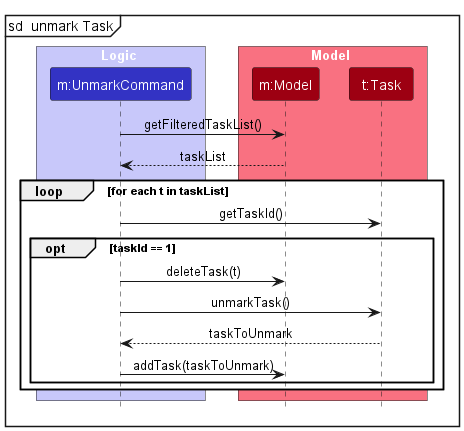
Before: docs/images/UnmarkRefDiagram.png, a diagram exported from PlantUML (azumieflare/tp). The source it was exported from:
```plantuml
@startuml
!include style.puml
skinparam ArrowFontStyle plain

mainframe sd  unmark Task
box Logic LOGIC_COLOR_T1
participant "m:UnmarkCommand" as UnmarkCommand LOGIC_COLOR
end box

box Model MODEL_COLOR_T1
participant "m:Model" as Model MODEL_COLOR
participant "t:Task" as Task MODEL_COLOR
end box

UnmarkCommand -> Model : getFilteredTaskList()
Model --> UnmarkCommand : taskList

loop for each t in taskList
    UnmarkCommand -> Task: getTaskId()
    opt taskId == 1
        UnmarkCommand -> Model : deleteTask(t)
        UnmarkCommand -> Task : unmarkTask()
        Task --> UnmarkCommand : taskToUnmark
        UnmarkCommand -> Model : addTask(taskToUnmark)
    end
end
@enduml
```
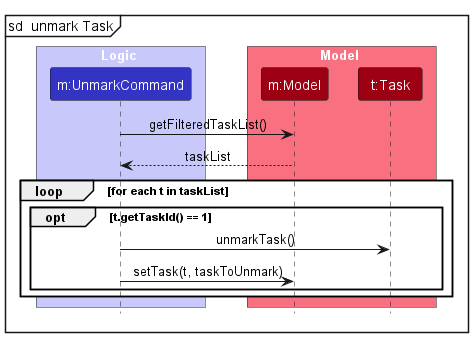
The same file after the commit.

Commit message:
Change mark/unmark diagram

Change to the diagram source:
```diff
@@ -16,12 +16,10 @@
 Model --> UnmarkCommand : taskList
 
 loop for each t in taskList
-    UnmarkCommand -> Task: getTaskId()
-    opt taskId == 1
-        UnmarkCommand -> Model : deleteTask(t)
+    opt t.getTaskId() == 1
         UnmarkCommand -> Task : unmarkTask()
-        Task --> UnmarkCommand : taskToUnmark
-        UnmarkCommand -> Model : addTask(taskToUnmark)
+        UnmarkCommand -> Model : setTask(t, taskToUnmark)
+
     end
 end
 @enduml
```
